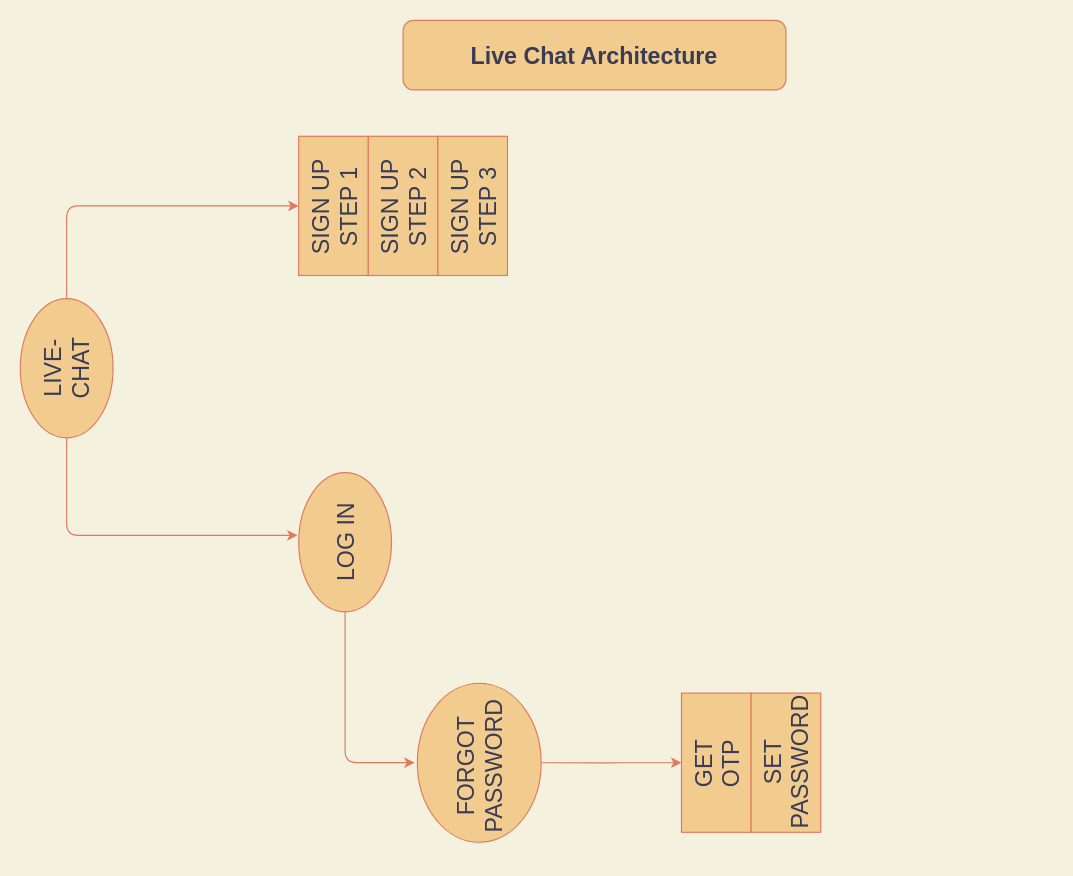
This is Live-chat.drawio from keshav-programmer/Live-chat, a draw.io file, before an edit. Source tidied: cells renumbered, new cells numbered last; positions are measured from the earlier drawing's top-left corner, leaving out a move shared by most shapes. Both pictures are drawn from the tidied source at 116%, with x=0, y=0 at pixel (-3, 20).
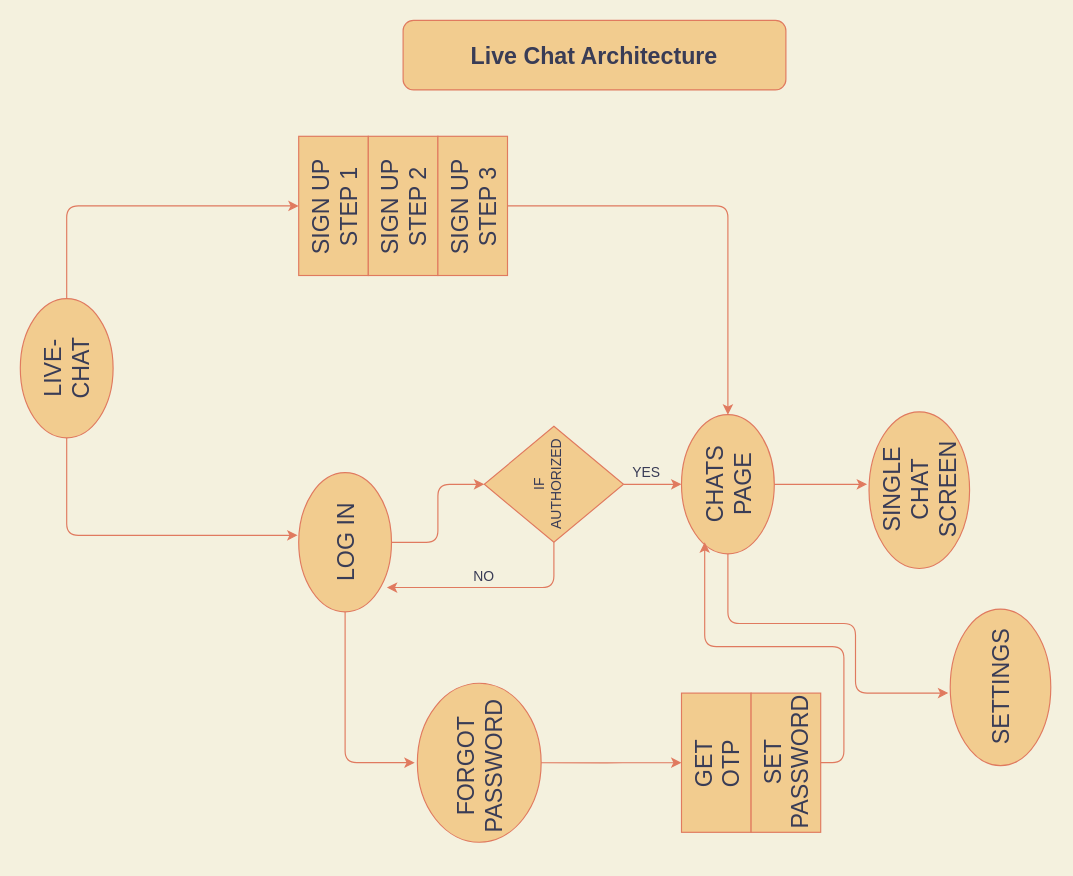
The same page after the edit.

Unchanged cells that the change refers to:
```xml
<mxCell id="8" style="ellipse;whiteSpace=wrap;html=1;rounded=0;sketch=0;fontColor=#393C56;strokeColor=#E07A5F;fillColor=#F2CC8F;rotation=-90;" parent="7" vertex="1">
  <mxGeometry x="-20" y="20" width="120" height="80" as="geometry" />
</mxCell>
<mxCell id="21" style="rounded=0;whiteSpace=wrap;html=1;sketch=0;fontSize=20;fontColor=#393C56;strokeColor=#E07A5F;fillColor=#F2CC8F;rotation=-90;" parent="20" vertex="1">
  <mxGeometry x="-30" y="30" width="120" height="60" as="geometry" />
</mxCell>
```

What changed in the source:
```diff
@@
+    <mxCell id="33" style="edgeStyle=orthogonalEdgeStyle;curved=0;rounded=1;sketch=0;jettySize=auto;html=1;entryX=0;entryY=0.5;entryDx=0;entryDy=0;fontSize=12;fontColor=#393C56;strokeColor=#E07A5F;fillColor=#F2CC8F;" parent="1" edge="1" source="8" target="35">
+      <mxGeometry relative="1" as="geometry" />
+    </mxCell>
+    <mxCell id="34" style="group;" parent="1" vertex="1">
+      <mxGeometry x="420" y="350" width="120" height="100" as="geometry" />
+    </mxCell>
+    <mxCell id="35" style="rhombus;whiteSpace=wrap;html=1;rounded=0;sketch=0;fontColor=#393C56;strokeColor=#E07A5F;fillColor=#F2CC8F;" parent="34" vertex="1">
+      <mxGeometry width="120" height="100" as="geometry" />
+    </mxCell>
+    <mxCell id="36" value="IF&lt;br&gt;AUTHORIZED" style="text;html=1;strokeColor=none;fillColor=none;align=center;verticalAlign=middle;whiteSpace=wrap;rounded=0;sketch=0;fontColor=#393C56;fontSize=12;rotation=-90;" parent="34" vertex="1">
+      <mxGeometry x="20" y="40" width="70" height="20" as="geometry" />
+    </mxCell>
+    <mxCell id="37" style="endArrow=classic;html=1;fontSize=12;fontColor=#393C56;strokeColor=#E07A5F;fillColor=#F2CC8F;entryX=0.175;entryY=0.95;entryDx=0;entryDy=0;entryPerimeter=0;" parent="1" edge="1" target="8">
+      <mxGeometry relative="1" as="geometry">
+        <mxPoint x="480" y="450" as="sourcePoint" />
+        <Array as="points">
+          <mxPoint x="480" y="489" />
+        </Array>
+      </mxGeometry>
+    </mxCell>
+    <mxCell id="38" value="NO" style="text;html=1;strokeColor=none;fillColor=none;align=center;verticalAlign=middle;whiteSpace=wrap;rounded=0;sketch=0;fontSize=12;fontColor=#393C56;" parent="1" vertex="1">
+      <mxGeometry x="400" y="470" width="40" height="20" as="geometry" />
+    </mxCell>
+    <mxCell id="39" style="group;" parent="1" vertex="1">
+      <mxGeometry x="590" y="340" width="80" height="120" as="geometry" />
+    </mxCell>
+    <mxCell id="40" style="ellipse;whiteSpace=wrap;html=1;rounded=0;sketch=0;fontColor=#393C56;strokeColor=#E07A5F;fillColor=#F2CC8F;rotation=-90;" parent="39" vertex="1">
+      <mxGeometry x="-20" y="20" width="120" height="80" as="geometry" />
+    </mxCell>
+    <mxCell id="41" value="CHATS PAGE" style="text;html=1;strokeColor=none;fillColor=none;align=center;verticalAlign=middle;whiteSpace=wrap;rounded=0;sketch=0;fontColor=#393C56;fontSize=20;rotation=-90;" parent="39" vertex="1">
+      <mxGeometry x="5" y="50" width="70" height="20" as="geometry" />
+    </mxCell>
+    <mxCell id="42" style="edgeStyle=orthogonalEdgeStyle;curved=0;rounded=1;sketch=0;jettySize=auto;html=1;entryX=0.5;entryY=0;entryDx=0;entryDy=0;fontSize=12;fontColor=#393C56;strokeColor=#E07A5F;fillColor=#F2CC8F;" parent="1" edge="1" source="35" target="40">
+      <mxGeometry relative="1" as="geometry" />
+    </mxCell>
+    <mxCell id="43" value="YES" style="text;html=1;strokeColor=none;fillColor=none;align=center;verticalAlign=middle;whiteSpace=wrap;rounded=0;sketch=0;fontSize=12;fontColor=#393C56;" parent="1" vertex="1">
+      <mxGeometry x="540" y="380" width="40" height="20" as="geometry" />
+    </mxCell>
+    <mxCell id="44" style="group;" parent="1" vertex="1">
+      <mxGeometry x="750" y="340" width="90" height="130" as="geometry" />
+    </mxCell>
+    <mxCell id="45" style="ellipse;whiteSpace=wrap;html=1;rounded=0;sketch=0;fontColor=#393C56;strokeColor=#E07A5F;fillColor=#F2CC8F;rotation=-90;" parent="44" vertex="1">
+      <mxGeometry x="-22.5" y="21.7" width="135" height="86.7" as="geometry" />
+    </mxCell>
+    <mxCell id="46" value="SINGLE CHAT SCREEN" style="text;html=1;strokeColor=none;fillColor=none;align=center;verticalAlign=middle;whiteSpace=wrap;rounded=0;sketch=0;fontColor=#393C56;fontSize=20;rotation=-90;" parent="44" vertex="1">
+      <mxGeometry x="5.6" y="54.2" width="78.8" height="21.7" as="geometry" />
+    </mxCell>
+    <mxCell id="47" style="edgeStyle=orthogonalEdgeStyle;curved=0;rounded=1;sketch=0;jettySize=auto;html=1;fontSize=12;fontColor=#393C56;strokeColor=#E07A5F;fillColor=#F2CC8F;" parent="1" edge="1" source="40">
+      <mxGeometry relative="1" as="geometry">
+        <mxPoint x="750" y="400" as="targetPoint" />
+      </mxGeometry>
+    </mxCell>
+    <mxCell id="48" style="group;" parent="1" vertex="1">
+      <mxGeometry x="820" y="510" width="90" height="130" as="geometry" />
+    </mxCell>
+    <mxCell id="49" style="ellipse;whiteSpace=wrap;html=1;rounded=0;sketch=0;fontColor=#393C56;strokeColor=#E07A5F;fillColor=#F2CC8F;rotation=-90;" parent="48" vertex="1">
+      <mxGeometry x="-22.5" y="21.7" width="135" height="86.7" as="geometry" />
+    </mxCell>
+    <mxCell id="50" value="SETTINGS" style="text;html=1;strokeColor=none;fillColor=none;align=center;verticalAlign=middle;whiteSpace=wrap;rounded=0;sketch=0;fontColor=#393C56;fontSize=20;rotation=-90;" parent="48" vertex="1">
+      <mxGeometry x="5.6" y="54.2" width="78.8" height="21.7" as="geometry" />
+    </mxCell>
+    <mxCell id="51" style="endArrow=classic;html=1;fontSize=12;fontColor=#393C56;strokeColor=#E07A5F;fillColor=#F2CC8F;exitX=0;exitY=0.5;exitDx=0;exitDy=0;" parent="1" edge="1" source="40">
+      <mxGeometry relative="1" as="geometry">
+        <mxPoint x="820" y="580" as="targetPoint" />
+        <Array as="points">
+          <mxPoint x="630" y="520" />
+          <mxPoint x="740" y="520" />
+          <mxPoint x="740" y="580" />
+        </Array>
+      </mxGeometry>
+    </mxCell>
+    <mxCell id="52" style="edgeStyle=orthogonalEdgeStyle;curved=0;rounded=1;sketch=0;jettySize=auto;html=1;fontSize=12;fontColor=#393C56;strokeColor=#E07A5F;fillColor=#F2CC8F;" parent="1" edge="1" source="21" target="40">
+      <mxGeometry relative="1" as="geometry" />
+    </mxCell>
+    <mxCell id="53" style="endArrow=classic;html=1;fontSize=12;fontColor=#393C56;strokeColor=#E07A5F;fillColor=#F2CC8F;" parent="1" edge="1">
+      <mxGeometry relative="1" as="geometry">
+        <mxPoint x="710" y="640" as="sourcePoint" />
+        <mxPoint x="610" y="450" as="targetPoint" />
+        <Array as="points">
+          <mxPoint x="730" y="640" />
+          <mxPoint x="730" y="540" />
+          <mxPoint x="610" y="540" />
+        </Array>
+      </mxGeometry>
+    </mxCell>
```
